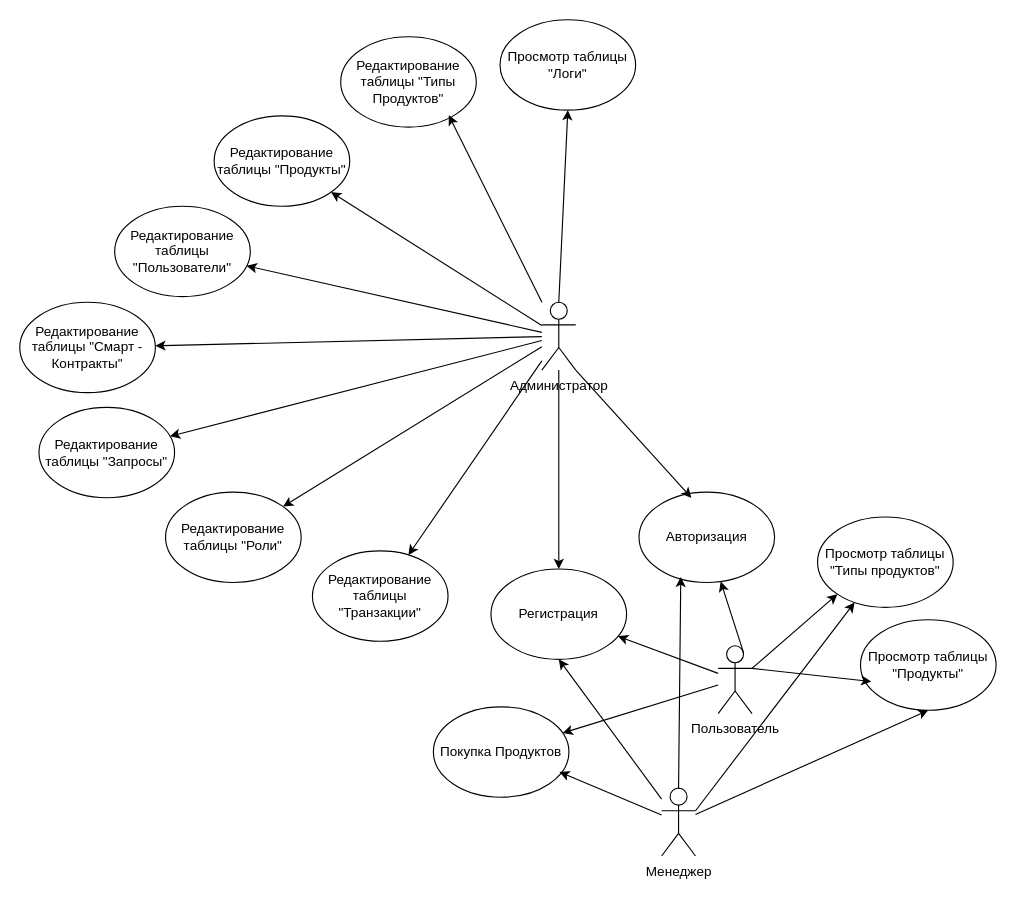
Above: precedents_scheme.drawio in slsforme/ton_market_django (draw.io), before the change. Source tidied: cells renumbered, new cells numbered last; positions are measured from the earlier drawing's top-left corner, leaving out a move shared by most shapes. Both pictures are drawn from the tidied source at 113%, with x=0, y=0 at pixel (19, 19).
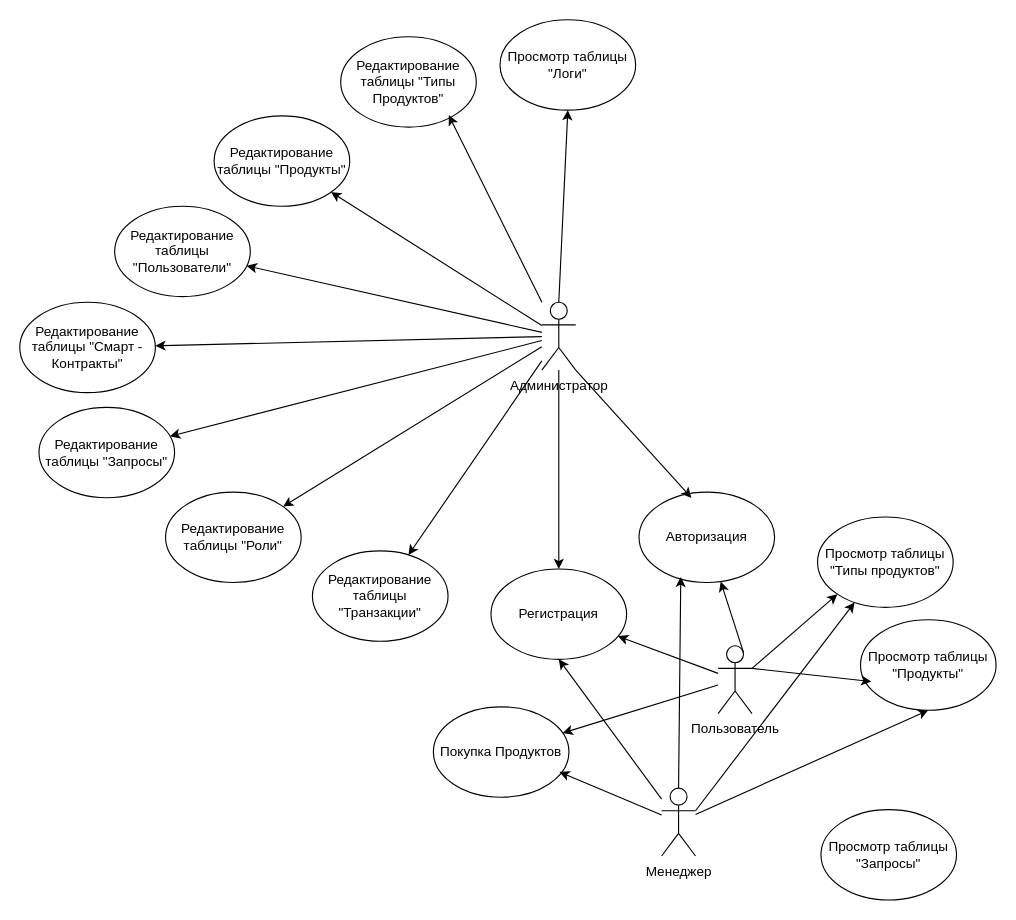
After the change.

What changed in the source:
```diff
@@
+    <mxCell id="38" value="Просмотр таблицы &quot;Запросы&quot;" style="ellipse;whiteSpace=wrap;html=1;" parent="1" vertex="1">
+      <mxGeometry x="709" y="699" width="120" height="80" as="geometry" />
+    </mxCell>
```
